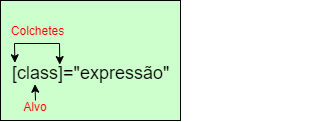
The draw.io diagram Bindings/DataBindings/src/assets/imagens/dataBindings/OneWay/PropertyBinding/Class/class.png in EduardoEbbers/EstudoAngular, before a commit. Source tidied: cells renumbered, new cells last; positions are measured from the earlier drawing's top-left corner, leaving out a move shared by most shapes.
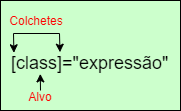
After the change.

What changed in the source:
```diff
@@ -2,32 +2,32 @@
   <root>
     <mxCell id="0" />
     <mxCell id="1" parent="0" />
-    <mxCell id="2" style="group;" parent="1" vertex="1">
-      <mxGeometry width="180" height="120" as="geometry" />
-    </mxCell>
+    <mxCell id="9" style="group;" parent="1" vertex="1">
+      <mxGeometry x="1" y="10" width="180" height="110" as="geometry" />
+    </mxCell>
-    <mxCell id="3" style="rounded=0;whiteSpace=wrap;html=1;fontSize=12;fontColor=#FF0000;fillColor=#CCFFCC;" parent="2" vertex="1">
-      <mxGeometry width="180" height="120" as="geometry" />
+    <mxCell id="3" style="rounded=0;whiteSpace=wrap;html=1;fontSize=12;fontColor=#FF0000;fillColor=#CCFFCC;" parent="9" vertex="1">
+      <mxGeometry width="180" height="110" as="geometry" />
     </mxCell>
-    <mxCell id="4" value="&lt;font color=&quot;#ff0000&quot; style=&quot;font-size: 12px; line-height: 1.2;&quot;&gt;Colchetes&lt;br&gt;&lt;/font&gt;" style="text;html=1;strokeColor=none;fillColor=none;align=center;verticalAlign=middle;whiteSpace=wrap;rounded=0;fontSize=18;fontColor=#000000;spacing=2;" parent="2" vertex="1">
-      <mxGeometry x="2" y="10" width="71" height="38" as="geometry" />
+    <mxCell id="4" value="&lt;font color=&quot;#ff0000&quot; style=&quot;font-size: 12px; line-height: 1.2;&quot;&gt;Colchetes&lt;br&gt;&lt;/font&gt;" style="text;html=1;strokeColor=none;fillColor=none;align=center;verticalAlign=middle;whiteSpace=wrap;rounded=0;fontSize=18;fontColor=#000000;spacing=2;" parent="9" vertex="1">
+      <mxGeometry x="11" y="10" width="50" height="18" as="geometry" />
     </mxCell>
+    <mxCell id="7" value="[class]=&quot;expressão&quot;" style="text;html=1;strokeColor=none;fillColor=none;align=left;verticalAlign=middle;whiteSpace=wrap;rounded=0;fontSize=18;fontColor=#000000;" parent="9" vertex="1">
+      <mxGeometry x="9" y="53" width="170" height="20" as="geometry" />
+    </mxCell>
+    <mxCell id="8" style="endArrow=classic;html=1;rounded=0;exitX=0.5;exitY=0;exitDx=0;exitDy=0;entryX=0.181;entryY=1.02;entryDx=0;entryDy=0;entryPerimeter=0;" parent="9" edge="1" source="5" target="7">
+      <mxGeometry relative="1" as="geometry" />
+    </mxCell>
-    <mxCell id="5" value="&lt;font color=&quot;#ff0000&quot; style=&quot;font-size: 12px; line-height: 1.2;&quot;&gt;Alvo&lt;/font&gt;" style="text;html=1;strokeColor=none;fillColor=none;align=center;verticalAlign=middle;whiteSpace=wrap;rounded=0;fontSize=18;fontColor=#000000;" parent="2" vertex="1">
-      <mxGeometry x="20" y="100" width="30" height="10" as="geometry" />
+    <mxCell id="5" value="&lt;font color=&quot;#ff0000&quot; style=&quot;font-size: 12px; line-height: 1.2;&quot;&gt;Alvo&lt;/font&gt;" style="text;html=1;strokeColor=none;fillColor=none;align=center;verticalAlign=middle;whiteSpace=wrap;rounded=0;fontSize=18;fontColor=#000000;" parent="9" vertex="1">
+      <mxGeometry x="25" y="90" width="30" height="10" as="geometry" />
     </mxCell>
-    <mxCell id="6" style="endArrow=classic;startArrow=classic;html=1;rounded=0;fontSize=12;fontColor=#FF0000;exitX=0.02;exitY=-0.036;exitDx=0;exitDy=0;exitPerimeter=0;entryX=0.159;entryY=0.055;entryDx=0;entryDy=0;entryPerimeter=0;" parent="2" edge="1" target="7">
+    <mxCell id="6" style="endArrow=classic;startArrow=classic;html=1;rounded=0;fontSize=12;fontColor=#FF0000;exitX=0.02;exitY=-0.036;exitDx=0;exitDy=0;exitPerimeter=0;entryX=0.297;entryY=-0.066;entryDx=0;entryDy=0;entryPerimeter=0;" parent="9" edge="1" target="7">
       <mxGeometry relative="1" as="geometry">
-        <mxPoint x="14.4" y="62.3" as="sourcePoint" />
+        <mxPoint x="13.4" y="52.3" as="sourcePoint" />
         <Array as="points">
-          <mxPoint x="14" y="43" />
-          <mxPoint x="59" y="43" />
+          <mxPoint x="13" y="33" />
+          <mxPoint x="59" y="33" />
         </Array>
       </mxGeometry>
     </mxCell>
-    <mxCell id="7" value="[class]=&quot;expressão&quot;" style="text;html=1;strokeColor=none;fillColor=none;align=left;verticalAlign=middle;whiteSpace=wrap;rounded=0;fontSize=18;fontColor=#000000;" parent="1" vertex="1">
-      <mxGeometry x="10" y="63" width="310" height="20" as="geometry" />
-    </mxCell>
-    <mxCell id="8" style="endArrow=classic;html=1;rounded=0;exitX=0.5;exitY=0;exitDx=0;exitDy=0;entryX=0.079;entryY=1.034;entryDx=0;entryDy=0;entryPerimeter=0;" parent="1" edge="1" source="5" target="7">
-      <mxGeometry relative="1" as="geometry" />
-    </mxCell>
   </root>
 </mxGraphModel>
```
